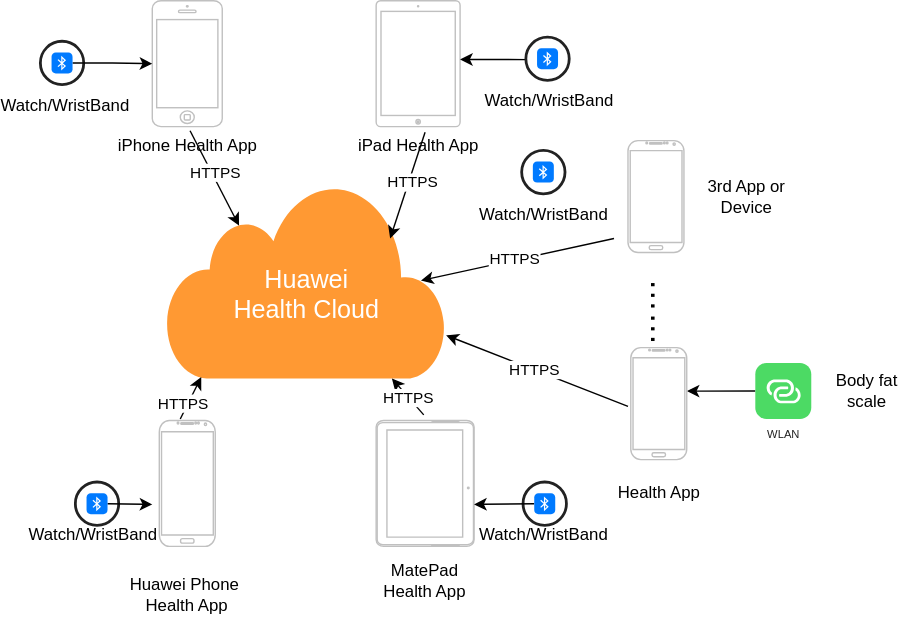
Before: 运动健康云0层架构.drawio.svg, a diagram exported from draw.io (HuaHero/JavaGuide). Source tidied: cells renumbered, new cells last; positions are measured from the earlier drawing's top-left corner, leaving out a move shared by most shapes.
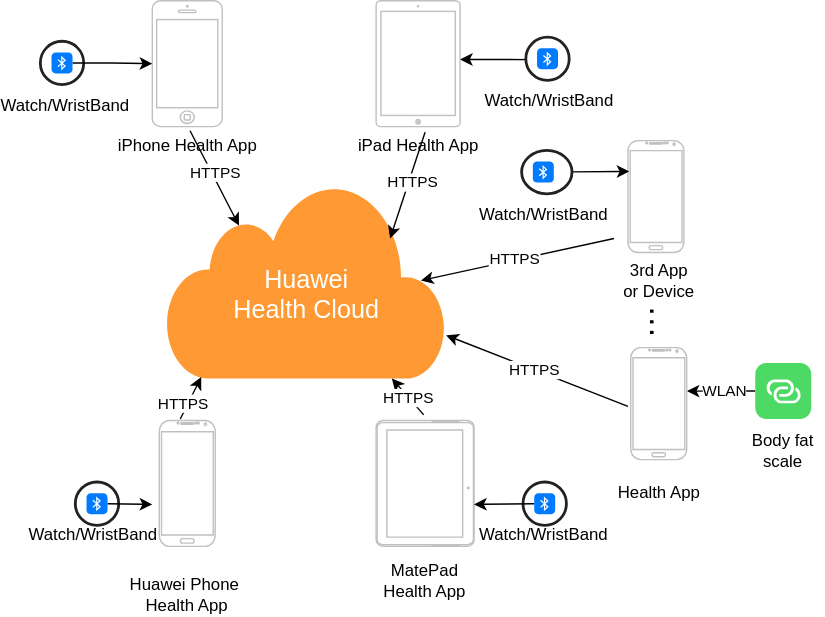
After the commit.

Commit message:
更新运动健康云0层架构.drawio.svg

Change to the diagram source:
```diff
@@ -61,8 +61,8 @@
     <mxCell id="17" style="verticalLabelPosition=bottom;verticalAlign=top;html=1;shadow=0;dashed=0;strokeWidth=1;shape=mxgraph.android.phone2;strokeColor=#c0c0c0;" parent="1" vertex="1">
       <mxGeometry x="432" y="100" width="40" height="80" as="geometry" />
     </mxCell>
-    <mxCell id="18" value="&lt;font style=&quot;font-size: 24px;&quot;&gt;……&lt;/font&gt;" style="text;html=1;strokeColor=none;fillColor=none;align=center;verticalAlign=middle;whiteSpace=wrap;rounded=0;rotation=90;" parent="1" vertex="1">
-      <mxGeometry x="427" y="208" width="60" height="30" as="geometry" />
+    <mxCell id="18" value="&lt;font style=&quot;font-size: 24px;&quot;&gt;…&lt;/font&gt;" style="text;html=1;strokeColor=none;fillColor=none;align=center;verticalAlign=middle;whiteSpace=wrap;rounded=0;rotation=90;" parent="1" vertex="1">
+      <mxGeometry x="439.5" y="214.5" width="35" height="30" as="geometry" />
     </mxCell>
     <mxCell id="19" style="endArrow=classic;html=1;rounded=0;" parent="1" edge="1" target="8">
       <mxGeometry relative="1" as="geometry">
@@ -73,10 +73,10 @@
       <mxGeometry x="0.03" relative="1" as="geometry" />
     </mxCell>
     <mxCell id="21" value="3rd App or Device" style="text;html=1;strokeColor=none;fillColor=none;align=center;verticalAlign=middle;whiteSpace=wrap;rounded=0;" parent="1" vertex="1">
-      <mxGeometry x="487" y="125" width="60" height="30" as="geometry" />
+      <mxGeometry x="427" y="185" width="55" height="30" as="geometry" />
     </mxCell>
     <mxCell id="22" value="Body fat scale" style="text;html=1;strokeColor=none;fillColor=none;align=center;verticalAlign=middle;whiteSpace=wrap;rounded=0;" parent="1" vertex="1">
-      <mxGeometry x="573" y="264" width="60" height="30" as="geometry" />
+      <mxGeometry x="513" y="307" width="60" height="30" as="geometry" />
     </mxCell>
     <mxCell id="23" style="endArrow=classic;html=1;rounded=0;exitX=0.583;exitY=1.044;exitDx=0;exitDy=0;exitPerimeter=0;" parent="1" edge="1" source="3">
       <mxGeometry relative="1" as="geometry">
@@ -107,8 +107,11 @@
     <mxCell id="30" style="html=1;strokeWidth=1;shadow=0;dashed=0;shape=mxgraph.ios7.misc.bluetooth;fillColor=#007AFF;strokeColor=none;buttonText=;strokeColor2=#222222;fontColor=#222222;fontSize=8;verticalLabelPosition=bottom;verticalAlign=top;align=center;sketch=0;" parent="1" vertex="1">
       <mxGeometry x="367" y="34" width="15" height="15" as="geometry" />
     </mxCell>
+    <mxCell id="48" style="rounded=0;jettySize=auto;html=1;entryX=0.025;entryY=0.275;entryDx=0;entryDy=0;entryPerimeter=0;" parent="1" edge="1" source="31" target="17">
+      <mxGeometry relative="1" as="geometry" />
+    </mxCell>
     <mxCell id="31" style="html=1;verticalLabelPosition=bottom;labelBackgroundColor=#ffffff;verticalAlign=top;shadow=0;dashed=0;strokeWidth=2;shape=mxgraph.ios7.misc.circle;strokeColor=#222222;fillColor=none;" parent="1" vertex="1">
-      <mxGeometry x="356" y="107" width="31" height="31" as="geometry" />
+      <mxGeometry x="356" y="107" width="36" height="31" as="geometry" />
     </mxCell>
     <mxCell id="32" style="html=1;strokeWidth=1;shadow=0;dashed=0;shape=mxgraph.ios7.misc.bluetooth;fillColor=#007AFF;strokeColor=none;buttonText=;strokeColor2=#222222;fontColor=#222222;fontSize=8;verticalLabelPosition=bottom;verticalAlign=top;align=center;sketch=0;" parent="1" vertex="1">
       <mxGeometry x="364" y="115" width="15" height="15" as="geometry" />
@@ -136,7 +139,10 @@
     <mxCell id="39" style="rounded=0;jettySize=auto;html=1;entryX=1;entryY=0.388;entryDx=0;entryDy=0;entryPerimeter=0;" parent="1" edge="1" source="40" target="41">
       <mxGeometry relative="1" as="geometry" />
     </mxCell>
+    <mxCell id="49" value="WLAN" style="edgeLabel;html=1;align=center;verticalAlign=middle;" parent="39" vertex="1">
+      <mxGeometry x="-0.1" y="-1" relative="1" as="geometry" />
+    </mxCell>
-    <mxCell id="40" value="WLAN" style="html=1;strokeWidth=1;shadow=0;dashed=0;shape=mxgraph.ios7.misc.link;fillColor=#4CDA64;strokeColor=none;buttonText=;strokeColor2=#222222;fontColor=#222222;fontSize=8;verticalLabelPosition=bottom;verticalAlign=top;align=center;sketch=0;" parent="1" vertex="1">
+    <mxCell id="40" style="html=1;strokeWidth=1;shadow=0;dashed=0;shape=mxgraph.ios7.misc.link;fillColor=#4CDA64;strokeColor=none;buttonText=;strokeColor2=#222222;fontColor=#222222;fontSize=8;verticalLabelPosition=bottom;verticalAlign=top;align=center;sketch=0;" parent="1" vertex="1">
       <mxGeometry x="523" y="259" width="40" height="40" as="geometry" />
     </mxCell>
     <mxCell id="41" style="verticalLabelPosition=bottom;verticalAlign=top;html=1;shadow=0;dashed=0;strokeWidth=1;shape=mxgraph.android.phone2;strokeColor=#c0c0c0;" parent="1" vertex="1">
```
